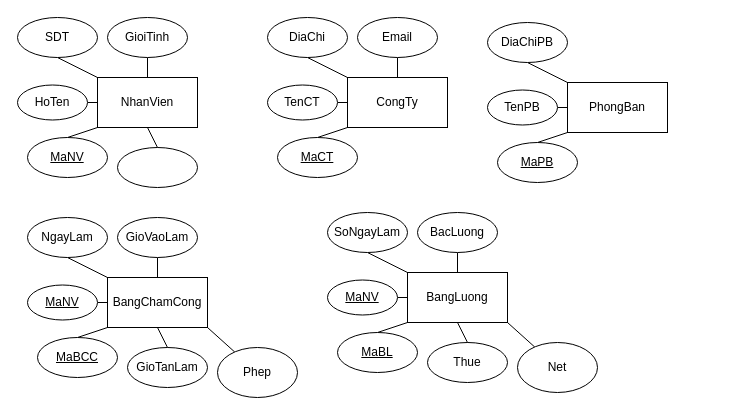
Before: page "Trang-1" (1 of 2) of BÀI TẬP THIẾT KẾ SƠ ĐỒ ER.drawio in hine16/hine16.github.io, a draw.io diagram. Source tidied: cells renumbered, new cells numbered last; positions are measured from the earlier drawing's top-left corner, leaving out a move shared by most shapes. Both pictures are drawn from the tidied source at 100%, with x=0, y=0 at pixel (17, 17).
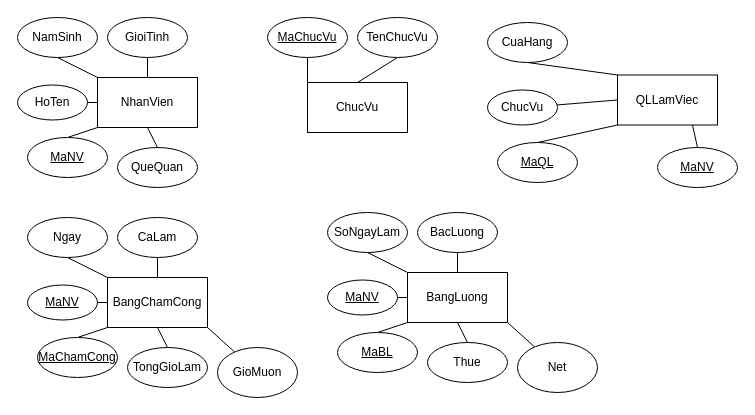
The same page after the edit.

Commit message:
Cập nhật BÀI TẬP THIẾT KẾ SƠ ĐỒ ER.drawio

Change to the diagram source:
```diff
@@
-    <mxCell id="8" value="SDT" style="ellipse;whiteSpace=wrap;html=1;" parent="1" vertex="1">
+    <mxCell id="8" value="NamSinh" style="ellipse;whiteSpace=wrap;html=1;" parent="1" vertex="1">
       <mxGeometry width="80" height="40" as="geometry" />
     </mxCell>
@@
-    <mxCell id="11" style="ellipse;whiteSpace=wrap;html=1;" parent="1" vertex="1">
+    <mxCell id="11" value="QueQuan" style="ellipse;whiteSpace=wrap;html=1;" parent="1" vertex="1">
       <mxGeometry x="100" y="130" width="80" height="40" as="geometry" />
     </mxCell>
@@
-    <mxCell id="13" value="CongTy" style="rounded=0;whiteSpace=wrap;html=1;" parent="1" vertex="1">
-      <mxGeometry x="330" y="60" width="100" height="50" as="geometry" />
+    <mxCell id="13" value="ChucVu" style="rounded=0;whiteSpace=wrap;html=1;" parent="1" vertex="1">
+      <mxGeometry x="290" y="65" width="100" height="50" as="geometry" />
     </mxCell>
-    <mxCell id="14" style="endArrow=none;html=1;rounded=0;entryX=0;entryY=1;entryDx=0;entryDy=0;exitX=0.5;exitY=0;exitDx=0;exitDy=0;" parent="1" edge="1" source="15" target="13">
-      <mxGeometry relative="1" as="geometry" />
-    </mxCell>
-    <mxCell id="15" value="&lt;u&gt;MaCT&lt;/u&gt;" style="ellipse;whiteSpace=wrap;html=1;" parent="1" vertex="1">
-      <mxGeometry x="260" y="120" width="80" height="40" as="geometry" />
-    </mxCell>
-    <mxCell id="16" style="endArrow=none;html=1;rounded=0;exitX=0;exitY=0.5;exitDx=0;exitDy=0;" parent="1" edge="1" source="13" target="17">
-      <mxGeometry relative="1" as="geometry" />
-    </mxCell>
-    <mxCell id="17" value="TenCT" style="ellipse;whiteSpace=wrap;html=1;" parent="1" vertex="1">
-      <mxGeometry x="250" y="67.5" width="70" height="35" as="geometry" />
-    </mxCell>
@@
-    <mxCell id="19" value="DiaChi" style="ellipse;whiteSpace=wrap;html=1;" parent="1" vertex="1">
+    <mxCell id="19" value="&lt;u&gt;MaChucVu&lt;/u&gt;" style="ellipse;whiteSpace=wrap;html=1;" parent="1" vertex="1">
       <mxGeometry x="250" width="80" height="40" as="geometry" />
     </mxCell>
@@
-    <mxCell id="21" value="Email" style="ellipse;whiteSpace=wrap;html=1;" parent="1" vertex="1">
+    <mxCell id="21" value="TenChucVu" style="ellipse;whiteSpace=wrap;html=1;" parent="1" vertex="1">
       <mxGeometry x="340" width="80" height="40" as="geometry" />
     </mxCell>
-    <mxCell id="22" value="PhongBan" style="rounded=0;whiteSpace=wrap;html=1;" parent="1" vertex="1">
-      <mxGeometry x="550" y="65" width="100" height="50" as="geometry" />
+    <mxCell id="22" value="QLLamViec" style="rounded=0;whiteSpace=wrap;html=1;" parent="1" vertex="1">
+      <mxGeometry x="600" y="57.5" width="100" height="50" as="geometry" />
     </mxCell>
@@
-    <mxCell id="24" value="&lt;u&gt;MaPB&lt;/u&gt;" style="ellipse;whiteSpace=wrap;html=1;" parent="1" vertex="1">
+    <mxCell id="24" value="&lt;u&gt;MaQL&lt;/u&gt;" style="ellipse;whiteSpace=wrap;html=1;" parent="1" vertex="1">
       <mxGeometry x="480" y="125" width="80" height="40" as="geometry" />
     </mxCell>
@@
-    <mxCell id="26" value="TenPB" style="ellipse;whiteSpace=wrap;html=1;" parent="1" vertex="1">
+    <mxCell id="26" value="ChucVu" style="ellipse;whiteSpace=wrap;html=1;" parent="1" vertex="1">
       <mxGeometry x="470" y="72.5" width="70" height="35" as="geometry" />
     </mxCell>
@@
-    <mxCell id="28" value="DiaChiPB" style="ellipse;whiteSpace=wrap;html=1;" parent="1" vertex="1">
+    <mxCell id="28" value="CuaHang" style="ellipse;whiteSpace=wrap;html=1;" parent="1" vertex="1">
       <mxGeometry x="470" y="5" width="80" height="40" as="geometry" />
     </mxCell>
@@
-    <mxCell id="31" value="&lt;u&gt;MaBCC&lt;/u&gt;" style="ellipse;whiteSpace=wrap;html=1;" parent="1" vertex="1">
+    <mxCell id="31" value="&lt;u&gt;MaChamCong&lt;/u&gt;" style="ellipse;whiteSpace=wrap;html=1;" parent="1" vertex="1">
       <mxGeometry x="20" y="320" width="80" height="40" as="geometry" />
     </mxCell>
@@
-    <mxCell id="35" value="NgayLam" style="ellipse;whiteSpace=wrap;html=1;" parent="1" vertex="1">
+    <mxCell id="35" value="Ngay" style="ellipse;whiteSpace=wrap;html=1;" parent="1" vertex="1">
       <mxGeometry x="10" y="200" width="80" height="40" as="geometry" />
     </mxCell>
@@
-    <mxCell id="37" value="GioVaoLam" style="ellipse;whiteSpace=wrap;html=1;" parent="1" vertex="1">
+    <mxCell id="37" value="CaLam" style="ellipse;whiteSpace=wrap;html=1;" parent="1" vertex="1">
       <mxGeometry x="100" y="200" width="80" height="40" as="geometry" />
     </mxCell>
-    <mxCell id="38" value="GioTanLam" style="ellipse;whiteSpace=wrap;html=1;" parent="1" vertex="1">
+    <mxCell id="38" value="TongGioLam" style="ellipse;whiteSpace=wrap;html=1;" parent="1" vertex="1">
       <mxGeometry x="110" y="330" width="80" height="40" as="geometry" />
     </mxCell>
@@
-    <mxCell id="41" value="Phep" style="ellipse;whiteSpace=wrap;html=1;" parent="1" vertex="1">
+    <mxCell id="41" value="GioMuon" style="ellipse;whiteSpace=wrap;html=1;" parent="1" vertex="1">
       <mxGeometry x="200" y="330" width="80" height="50" as="geometry" />
     </mxCell>
@@
+    <mxCell id="55" value="&lt;u&gt;MaNV&lt;/u&gt;" style="ellipse;whiteSpace=wrap;html=1;" parent="1" vertex="1">
+      <mxGeometry x="640" y="130" width="80" height="40" as="geometry" />
+    </mxCell>
+    <mxCell id="56" style="endArrow=none;html=1;rounded=0;entryX=0.75;entryY=1;entryDx=0;entryDy=0;exitX=0.5;exitY=0;exitDx=0;exitDy=0;" parent="1" edge="1" source="55" target="22">
+      <mxGeometry relative="1" as="geometry" />
+    </mxCell>
```
